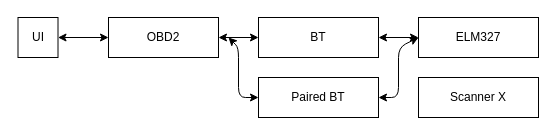
This is docs/images/layout.drawio from DrChat/obd-c, a draw.io file, before an edit. Source tidied: cells renumbered, new cells numbered last; positions are measured from the earlier drawing's top-left corner, leaving out a move shared by most shapes. Both pictures are drawn from the tidied source at 100%, with x=0, y=0 at pixel (18, 17).
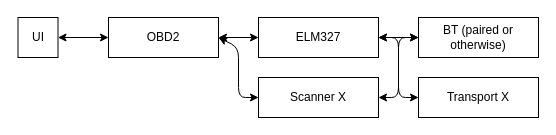
The same page after the edit.

What changed in the source:
```diff
@@
-    <mxCell id="4" value="BT" style="rounded=0;whiteSpace=wrap;html=1;" parent="1" vertex="1">
+    <mxCell id="4" value="ELM327" style="rounded=0;whiteSpace=wrap;html=1;" parent="1" vertex="1">
       <mxGeometry x="240" width="120" height="40" as="geometry" />
     </mxCell>
-    <mxCell id="5" value="ELM327" style="rounded=0;whiteSpace=wrap;html=1;" parent="1" vertex="1">
+    <mxCell id="5" value="BT (paired or otherwise)" style="rounded=0;whiteSpace=wrap;html=1;" parent="1" vertex="1">
       <mxGeometry x="400" width="120" height="40" as="geometry" />
     </mxCell>
-    <mxCell id="6" value="Paired BT" style="rounded=0;whiteSpace=wrap;html=1;" parent="1" vertex="1">
-      <mxGeometry x="240" y="60" width="120" height="40" as="geometry" />
-    </mxCell>
-    <mxCell id="7" value="Scanner X" style="rounded=0;whiteSpace=wrap;html=1;" parent="1" vertex="1">
+    <mxCell id="7" value="Transport X" style="rounded=0;whiteSpace=wrap;html=1;" parent="1" vertex="1">
       <mxGeometry x="400" y="60" width="120" height="40" as="geometry" />
     </mxCell>
@@
-    <mxCell id="10" style="endArrow=classic;startArrow=classic;html=1;exitX=0;exitY=0.5;exitDx=0;exitDy=0;" parent="1" edge="1" source="6">
-      <mxGeometry relative="1" as="geometry">
-        <mxPoint x="210" y="20" as="targetPoint" />
-        <Array as="points">
-          <mxPoint x="220" y="80" />
-          <mxPoint x="220" y="30" />
-        </Array>
-      </mxGeometry>
-    </mxCell>
@@
-    <mxCell id="12" style="endArrow=classic;startArrow=classic;html=1;entryX=0;entryY=0.5;entryDx=0;entryDy=0;" parent="1" edge="1" target="5">
-      <mxGeometry relative="1" as="geometry">
-        <mxPoint x="360" y="80" as="sourcePoint" />
-        <Array as="points">
-          <mxPoint x="380" y="80" />
-          <mxPoint x="380" y="30" />
-        </Array>
-      </mxGeometry>
-    </mxCell>
+    <mxCell id="13" style="endArrow=classic;startArrow=classic;html=1;entryX=1;entryY=0.5;entryDx=0;entryDy=0;exitX=0;exitY=0.5;exitDx=0;exitDy=0;" parent="1" edge="1" source="7" target="4">
+      <mxGeometry relative="1" as="geometry">
+        <Array as="points">
+          <mxPoint x="380" y="80" />
+          <mxPoint x="380" y="20" />
+        </Array>
+      </mxGeometry>
+    </mxCell>
+    <mxCell id="14" value="Scanner X" style="rounded=0;whiteSpace=wrap;html=1;" parent="1" vertex="1">
+      <mxGeometry x="240" y="60" width="120" height="40" as="geometry" />
+    </mxCell>
+    <mxCell id="15" style="endArrow=classic;startArrow=classic;html=1;entryX=1;entryY=0.5;entryDx=0;entryDy=0;exitX=0;exitY=0.5;exitDx=0;exitDy=0;" parent="1" edge="1">
+      <mxGeometry relative="1" as="geometry">
+        <mxPoint x="240" y="80" as="sourcePoint" />
+        <mxPoint x="200" y="20" as="targetPoint" />
+        <Array as="points">
+          <mxPoint x="220" y="80" />
+          <mxPoint x="220" y="30" />
+        </Array>
+      </mxGeometry>
+    </mxCell>
+    <mxCell id="16" style="endArrow=classic;startArrow=classic;html=1;exitX=1;exitY=0.5;exitDx=0;exitDy=0;" parent="1" edge="1" source="14">
+      <mxGeometry relative="1" as="geometry">
+        <mxPoint x="400" y="20" as="targetPoint" />
+        <Array as="points">
+          <mxPoint x="380" y="80" />
+          <mxPoint x="380" y="20" />
+        </Array>
+      </mxGeometry>
+    </mxCell>
```
